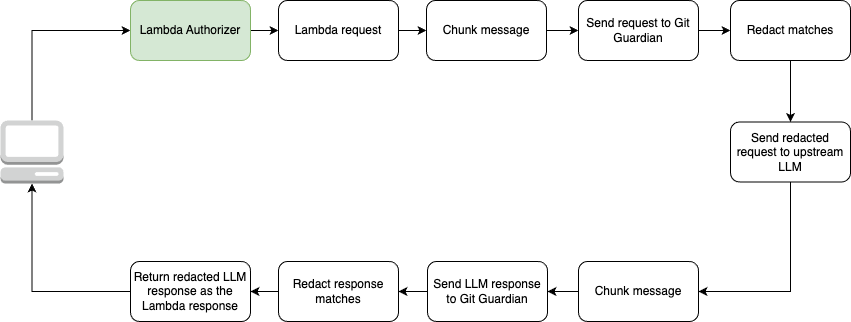
The draw.io diagram images/secure-llm-gateway-Phase-3.1-flow.drawio.png in reaandrew/mygitguardianblogposts, before a commit. Source tidied: cells renumbered, new cells last; positions are measured from the earlier drawing's top-left corner, leaving out a move shared by most shapes.
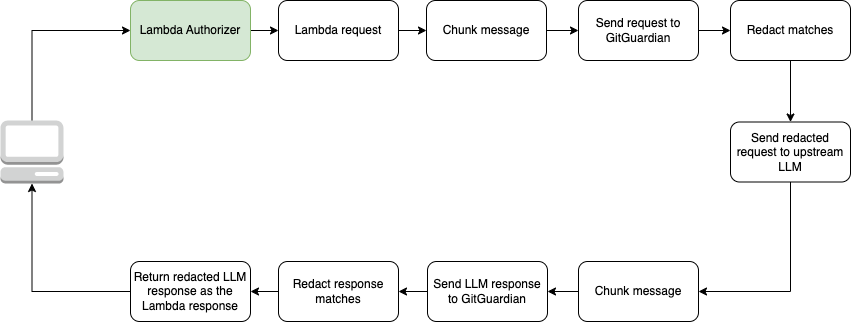
After the commit.

Change to the diagram source:
```diff
@@ -11,7 +11,7 @@
     <mxCell id="4" style="edgeStyle=orthogonalEdgeStyle;rounded=0;jettySize=auto;html=1;" parent="1" edge="1" source="5" target="7">
       <mxGeometry relative="1" as="geometry" />
     </mxCell>
-    <mxCell id="5" value="Send request to Git Guardian" style="rounded=1;whiteSpace=wrap;html=1;" parent="1" vertex="1">
+    <mxCell id="5" value="Send request to GitGuardian" style="rounded=1;whiteSpace=wrap;html=1;" parent="1" vertex="1">
       <mxGeometry x="578" width="120" height="60" as="geometry" />
     </mxCell>
     <mxCell id="6" style="edgeStyle=orthogonalEdgeStyle;rounded=0;jettySize=auto;html=1;entryX=0.5;entryY=0;entryDx=0;entryDy=0;" parent="1" edge="1" source="7" target="9">
@@ -38,7 +38,7 @@
     <mxCell id="13" style="edgeStyle=orthogonalEdgeStyle;rounded=0;jettySize=auto;html=1;" parent="1" edge="1" source="14" target="11">
       <mxGeometry relative="1" as="geometry" />
     </mxCell>
-    <mxCell id="14" value="Send LLM response to Git Guardian" style="rounded=1;whiteSpace=wrap;html=1;" parent="1" vertex="1">
+    <mxCell id="14" value="Send LLM response to GitGuardian" style="rounded=1;whiteSpace=wrap;html=1;" parent="1" vertex="1">
       <mxGeometry x="427" y="261" width="120" height="60" as="geometry" />
     </mxCell>
     <mxCell id="15" style="edgeStyle=orthogonalEdgeStyle;rounded=0;jettySize=auto;html=1;entryX=0;entryY=0.5;entryDx=0;entryDy=0;exitX=0.5;exitY=0;exitDx=0;exitDy=0;exitPerimeter=0;" parent="1" edge="1" source="16" target="23">
```
